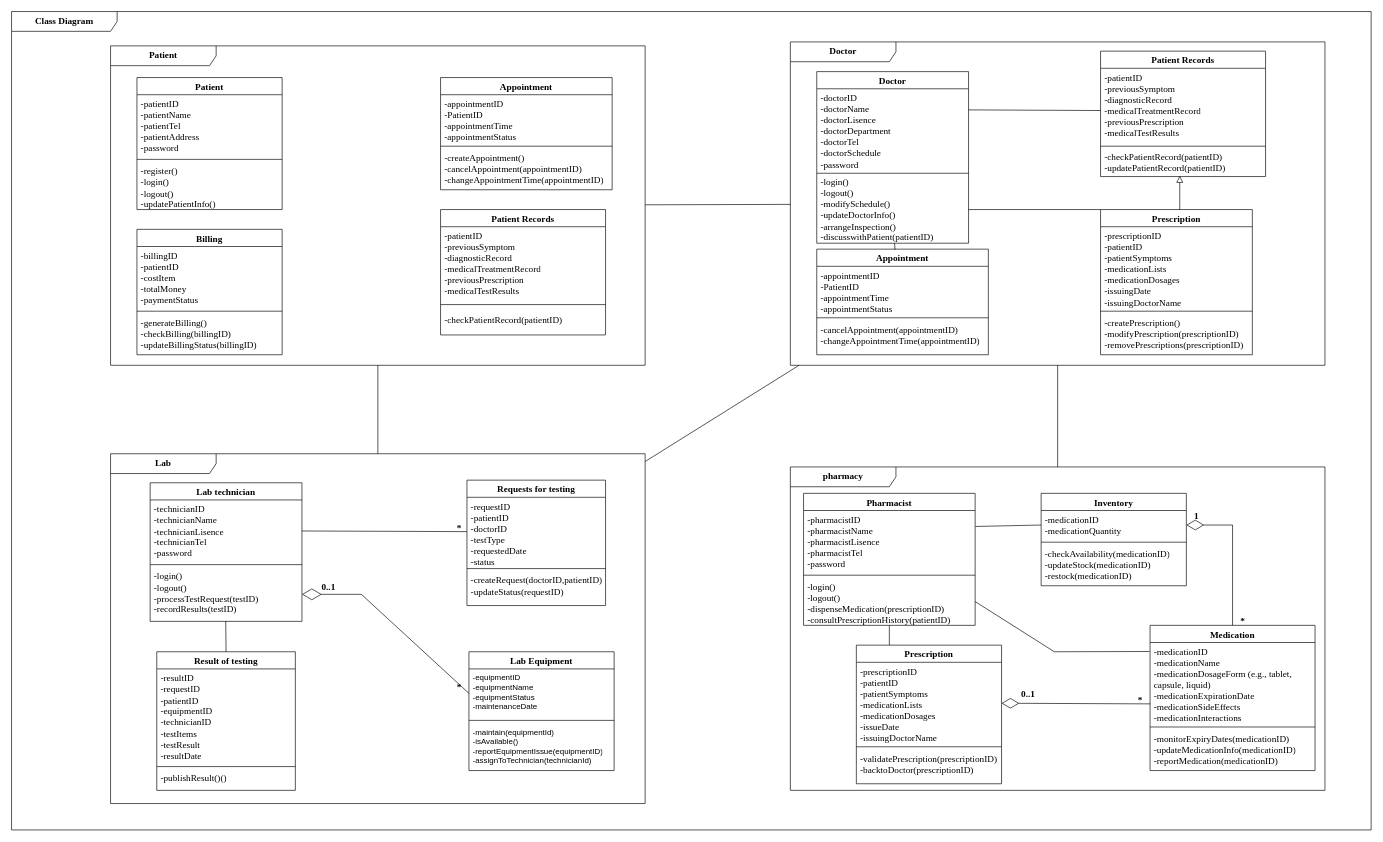
The draw.io diagram Class Diagram.drawio in FOMOKN/Software-Engineering, before the edit. Source tidied: cells renumbered, new cells numbered last; positions are measured from the earlier drawing's top-left corner, leaving out a move shared by most shapes. Both pictures are drawn from the tidied source at 66%, with x=0, y=0 at pixel (11, 11).
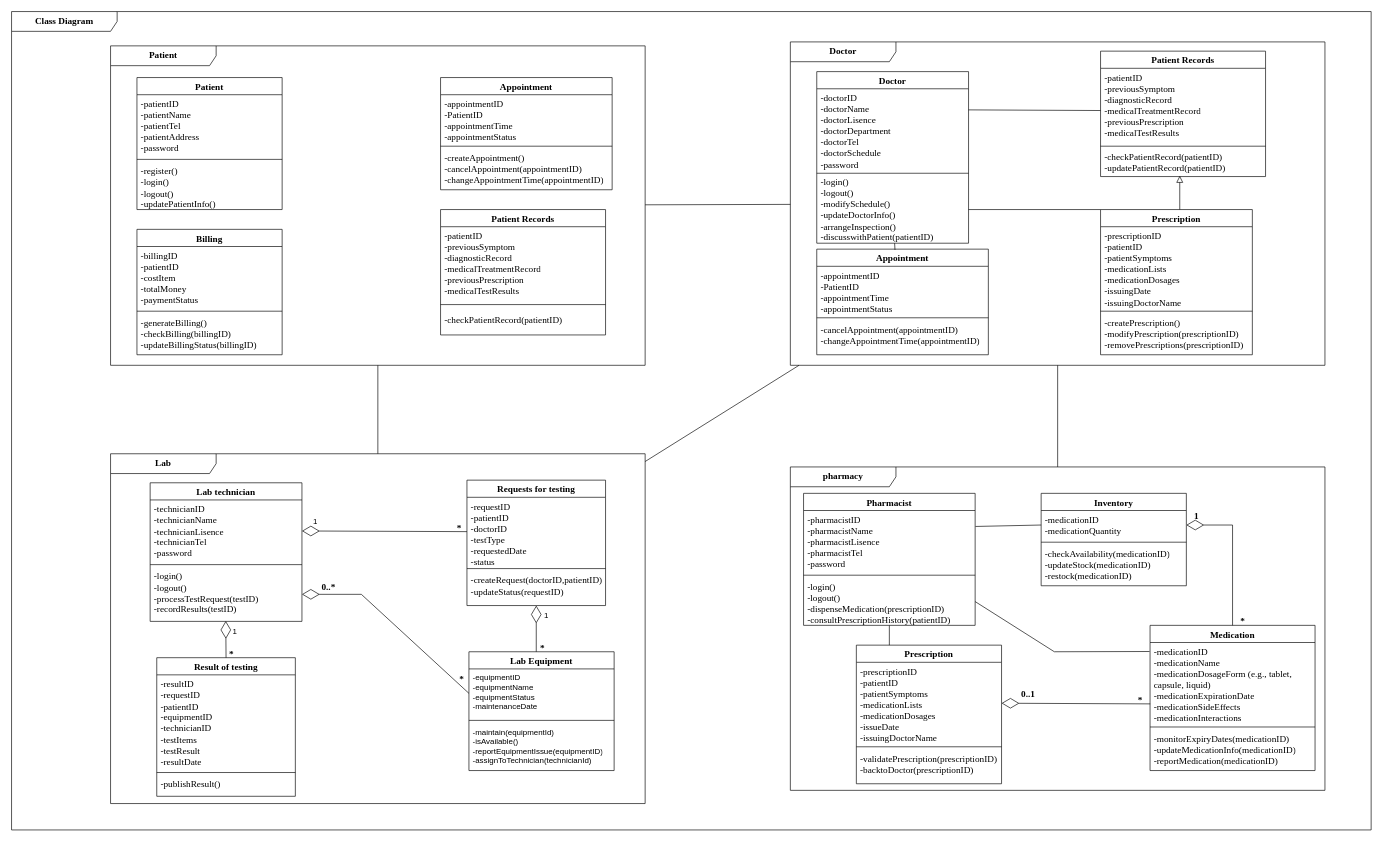
Above is the later version.

Unchanged cells that the change refers to:
```xml
<mxCell id="2" value="&lt;font style=&quot;font-size: 14px;&quot; face=&quot;Times New Roman&quot;&gt;&lt;b&gt;Class Diagram&lt;/b&gt;&lt;/font&gt;" style="shape=umlFrame;whiteSpace=wrap;html=1;width=160;" parent="1" vertex="1">
  <mxGeometry width="2060" height="1240" as="geometry" />
</mxCell>
<mxCell id="71" value="&lt;b&gt;&lt;font face=&quot;Times New Roman&quot; style=&quot;font-size: 14px;&quot;&gt;Lab&lt;/font&gt;&lt;/b&gt;" style="shape=umlFrame;whiteSpace=wrap;html=1;width=160;" parent="2" vertex="1">
  <mxGeometry x="150" y="670" width="810" height="530" as="geometry" />
</mxCell>
<mxCell id="75" value="-requestID&lt;br&gt;-patientID&lt;br&gt;-doctorID&lt;br style=&quot;border-color: var(--border-color);&quot;&gt;-testType&lt;br&gt;-requestedDate&lt;br&gt;-status" style="text;strokeColor=none;fillColor=none;align=left;verticalAlign=top;spacingLeft=4;spacingRight=4;overflow=hidden;points=[[0,0.5],[1,0.5]];portConstraint=eastwest;whiteSpace=wrap;html=1;fontFamily=Times New Roman;fontSize=14;" parent="74" vertex="1">
  <mxGeometry y="26" width="210" height="104" as="geometry" />
</mxCell>
<mxCell id="77" value="-createRequest(doctorID,patientID)&lt;br style=&quot;font-size: 14px;&quot;&gt;-updateStatus(requestID)" style="text;strokeColor=none;fillColor=none;align=left;verticalAlign=top;spacingLeft=4;spacingRight=4;overflow=hidden;points=[[0,0.5],[1,0.5]];portConstraint=eastwest;whiteSpace=wrap;html=1;fontFamily=Times New Roman;fontSize=14;" parent="74" vertex="1">
  <mxGeometry y="138" width="210" height="52" as="geometry" />
</mxCell>
<mxCell id="83" value="-equipmentID&lt;br&gt;-equipmentName&lt;br&gt;-equipmentStatus&lt;br&gt;-maintenanceDate" style="text;strokeColor=none;fillColor=none;align=left;verticalAlign=top;spacingLeft=4;spacingRight=4;overflow=hidden;points=[[0,0.5],[1,0.5]];portConstraint=eastwest;whiteSpace=wrap;html=1;" parent="82" vertex="1">
  <mxGeometry y="26" width="220" height="74" as="geometry" />
</mxCell>
<mxCell id="87" value="&lt;font style=&quot;font-size: 14px;&quot; face=&quot;Times New Roman&quot;&gt;&lt;font style=&quot;font-size: 14px;&quot;&gt;-technicianID&lt;br&gt;-technicianName&lt;br&gt;-technicianLisence&lt;br&gt;-&lt;/font&gt;technicianTel&lt;br&gt;&lt;/font&gt;&lt;font style=&quot;font-size: 14px;&quot; face=&quot;Times New Roman&quot;&gt;-password&lt;br&gt;&lt;/font&gt;" style="text;strokeColor=none;fillColor=none;align=left;verticalAlign=top;spacingLeft=4;spacingRight=4;overflow=hidden;points=[[0,0.5],[1,0.5]];portConstraint=eastwest;whiteSpace=wrap;html=1;" parent="86" vertex="1">
  <mxGeometry y="26" width="230" height="94" as="geometry" />
</mxCell>
<mxCell id="89" value="-login()&lt;br style=&quot;font-size: 14px;&quot;&gt;-logout()&lt;br&gt;&lt;div&gt;-processTestRequest(testID)&lt;/div&gt;&lt;div&gt;-recordResults(testID)&lt;/div&gt;" style="text;strokeColor=none;fillColor=none;align=left;verticalAlign=top;spacingLeft=4;spacingRight=4;overflow=hidden;points=[[0,0.5],[1,0.5]];portConstraint=eastwest;whiteSpace=wrap;html=1;fontFamily=Times New Roman;fontSize=14;" parent="86" vertex="1">
  <mxGeometry y="128" width="230" height="82" as="geometry" />
</mxCell>
```

Diff of the diagram source:
```diff
@@
     <mxCell id="72" value="*" style="text;html=1;align=center;verticalAlign=middle;strokeColor=none;fillColor=none;fontFamily=Times New Roman;fontSize=14;fontStyle=1;" parent="71" vertex="1">
-      <mxGeometry x="513" y="339" width="30" height="30" as="geometry" />
+      <mxGeometry x="517" y="328" width="30" height="30" as="geometry" />
     </mxCell>
-    <mxCell id="73" value="0..1" style="text;html=1;align=center;verticalAlign=middle;strokeColor=none;fillColor=none;fontSize=14;fontFamily=Times New Roman;fontStyle=1;" parent="71" vertex="1">
+    <mxCell id="73" value="0..*" style="text;html=1;align=center;verticalAlign=middle;strokeColor=none;fillColor=none;fontSize=14;fontFamily=Times New Roman;fontStyle=1;" parent="71" vertex="1">
       <mxGeometry x="310" y="188" width="40" height="30" as="geometry" />
     </mxCell>
+    <mxCell id="94" value="*" style="text;html=1;align=center;verticalAlign=middle;strokeColor=none;fillColor=none;fontFamily=Times New Roman;fontSize=14;fontStyle=1;" parent="71" vertex="1">
+      <mxGeometry x="639" y="280" width="30" height="30" as="geometry" />
+    </mxCell>
+    <mxCell id="95" value="*" style="text;html=1;align=center;verticalAlign=middle;strokeColor=none;fillColor=none;fontFamily=Times New Roman;fontSize=14;fontStyle=1;" parent="71" vertex="1">
+      <mxGeometry x="168" y="289" width="30" height="30" as="geometry" />
+    </mxCell>
+    <mxCell id="96" value="1" style="text;html=1;align=center;verticalAlign=middle;strokeColor=none;fillColor=none;" parent="71" vertex="1">
+      <mxGeometry x="173" y="254" width="30" height="30" as="geometry" />
+    </mxCell>
+    <mxCell id="78" value="&lt;font face=&quot;Times New Roman&quot;&gt;&lt;span style=&quot;font-size: 14px;&quot;&gt;Result of testing&lt;/span&gt;&lt;/font&gt;" style="swimlane;fontStyle=1;align=center;verticalAlign=top;horizontal=1;startSize=26;whiteSpace=wrap;html=1;" parent="71" vertex="1">
+      <mxGeometry x="70" y="309" width="210" height="210" as="geometry" />
+    </mxCell>
+    <mxCell id="79" value="-resultID&lt;br&gt;-requestID&lt;br style=&quot;font-size: 14px;&quot;&gt;-patientID&lt;br&gt;-equipmentID&lt;br&gt;-technicianID&lt;br&gt;-testItems&lt;br style=&quot;font-size: 14px;&quot;&gt;-testResult&lt;br&gt;-resultDate" style="text;strokeColor=none;fillColor=none;align=left;verticalAlign=top;spacingLeft=4;spacingRight=4;overflow=hidden;whiteSpace=wrap;html=1;fontFamily=Times New Roman;fontSize=14;" parent="78" vertex="1">
+      <mxGeometry y="26" width="210" height="144" as="geometry" />
+    </mxCell>
+    <mxCell id="80" style="line;strokeWidth=1;fillColor=none;align=left;verticalAlign=middle;spacingTop=-1;spacingLeft=3;spacingRight=3;labelPosition=right;strokeColor=inherit;" parent="78" vertex="1">
+      <mxGeometry y="170" width="210" height="8" as="geometry" />
+    </mxCell>
+    <mxCell id="81" value="-publishResult()" style="text;strokeColor=none;fillColor=none;align=left;verticalAlign=top;spacingLeft=4;spacingRight=4;overflow=hidden;whiteSpace=wrap;html=1;fontFamily=Times New Roman;fontSize=14;" parent="78" vertex="1">
+      <mxGeometry y="178" width="210" height="32" as="geometry" />
+    </mxCell>
@@
-    <mxCell id="78" value="&lt;font face=&quot;Times New Roman&quot;&gt;&lt;span style=&quot;font-size: 14px;&quot;&gt;Result of testing&lt;/span&gt;&lt;/font&gt;" style="swimlane;fontStyle=1;align=center;verticalAlign=top;horizontal=1;startSize=26;whiteSpace=wrap;html=1;" parent="2" vertex="1">
-      <mxGeometry x="220" y="970" width="210" height="210" as="geometry" />
-    </mxCell>
-    <mxCell id="79" value="-resultID&lt;br&gt;-requestID&lt;br style=&quot;font-size: 14px;&quot;&gt;-patientID&lt;br&gt;-equipmentID&lt;br&gt;-technicianID&lt;br&gt;-testItems&lt;br style=&quot;font-size: 14px;&quot;&gt;-testResult&lt;br&gt;-resultDate" style="text;strokeColor=none;fillColor=none;align=left;verticalAlign=top;spacingLeft=4;spacingRight=4;overflow=hidden;whiteSpace=wrap;html=1;fontFamily=Times New Roman;fontSize=14;" parent="78" vertex="1">
-      <mxGeometry y="26" width="210" height="144" as="geometry" />
-    </mxCell>
-    <mxCell id="80" style="line;strokeWidth=1;fillColor=none;align=left;verticalAlign=middle;spacingTop=-1;spacingLeft=3;spacingRight=3;labelPosition=right;strokeColor=inherit;" parent="78" vertex="1">
-      <mxGeometry y="170" width="210" height="8" as="geometry" />
-    </mxCell>
-    <mxCell id="81" value="-publishResult()()" style="text;strokeColor=none;fillColor=none;align=left;verticalAlign=top;spacingLeft=4;spacingRight=4;overflow=hidden;whiteSpace=wrap;html=1;fontFamily=Times New Roman;fontSize=14;" parent="78" vertex="1">
-      <mxGeometry y="178" width="210" height="32" as="geometry" />
-    </mxCell>
@@
-    <mxCell id="90" style="endArrow=none;html=1;rounded=0;entryX=0;entryY=0.5;entryDx=0;entryDy=0;startArrow=diamondThin;startFill=0;startSize=27;" parent="2" edge="1" source="89" target="83">
+    <mxCell id="90" style="endArrow=none;html=1;rounded=0;entryX=0;entryY=0.5;entryDx=0;entryDy=0;startArrow=diamondThin;startFill=0;startSize=24;" parent="2" edge="1" source="89" target="83">
       <mxGeometry relative="1" as="geometry">
         <Array as="points">
           <mxPoint x="530" y="883" />
         </Array>
       </mxGeometry>
     </mxCell>
-    <mxCell id="91" style="endArrow=none;html=1;rounded=0;entryX=0.498;entryY=0.993;entryDx=0;entryDy=0;entryPerimeter=0;exitX=0.5;exitY=0;exitDx=0;exitDy=0;" parent="2" edge="1" source="78" target="89">
+    <mxCell id="91" style="endArrow=diamondThin;html=1;rounded=0;entryX=0.498;entryY=0.993;entryDx=0;entryDy=0;entryPerimeter=0;exitX=0.5;exitY=0;exitDx=0;exitDy=0;endFill=0;endSize=24;" parent="2" edge="1" source="78" target="89">
       <mxGeometry relative="1" as="geometry" />
     </mxCell>
-    <mxCell id="92" style="endArrow=none;html=1;rounded=0;exitX=1;exitY=0.5;exitDx=0;exitDy=0;entryX=0;entryY=0.5;entryDx=0;entryDy=0;" parent="2" edge="1" source="87" target="75">
+    <mxCell id="92" style="endArrow=none;html=1;rounded=0;exitX=1;exitY=0.5;exitDx=0;exitDy=0;entryX=0;entryY=0.5;entryDx=0;entryDy=0;startArrow=diamondThin;startFill=0;startSize=24;" parent="2" edge="1" source="87" target="75">
       <mxGeometry relative="1" as="geometry" />
     </mxCell>
@@
+    <mxCell id="97" style="endArrow=none;html=1;rounded=0;startArrow=diamondThin;startFill=0;endSize=6;startSize=24;" parent="2" edge="1" source="77">
+      <mxGeometry relative="1" as="geometry">
+        <mxPoint x="795" y="970" as="targetPoint" />
+      </mxGeometry>
+    </mxCell>
+    <mxCell id="98" value="1" style="text;html=1;align=center;verticalAlign=middle;strokeColor=none;fillColor=none;" parent="1" vertex="1">
+      <mxGeometry x="795" y="901" width="30" height="30" as="geometry" />
+    </mxCell>
+    <mxCell id="99" value="1" style="text;html=1;align=center;verticalAlign=middle;strokeColor=none;fillColor=none;" parent="1" vertex="1">
+      <mxGeometry x="445" y="758" width="30" height="30" as="geometry" />
+    </mxCell>
```
